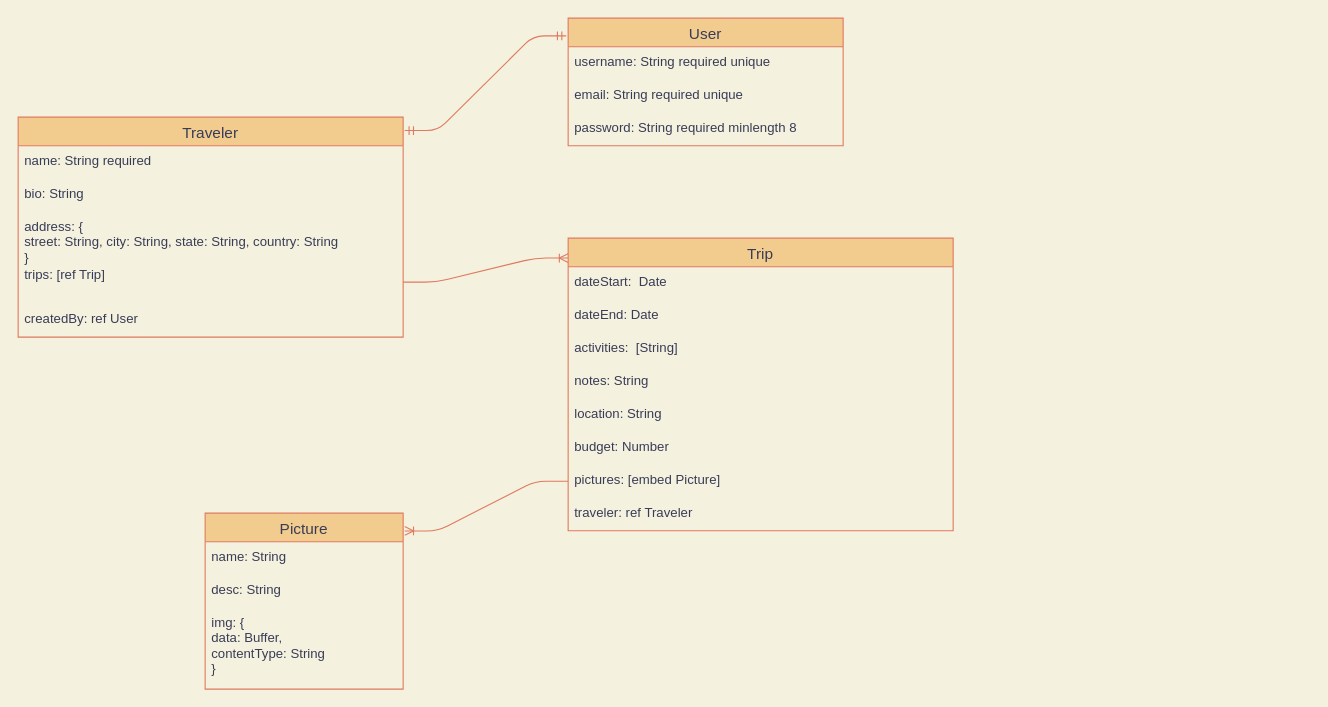
nistalb/Speakeasy-travel keeps this draw.io diagram as erd.drawio. Above is the earlier version. Source tidied: cells renumbered, new cells numbered last; positions are measured from the earlier drawing's top-left corner, leaving out a move shared by most shapes. Both pictures are drawn from the tidied source at 110%, with x=0, y=0 at pixel (18, 18).
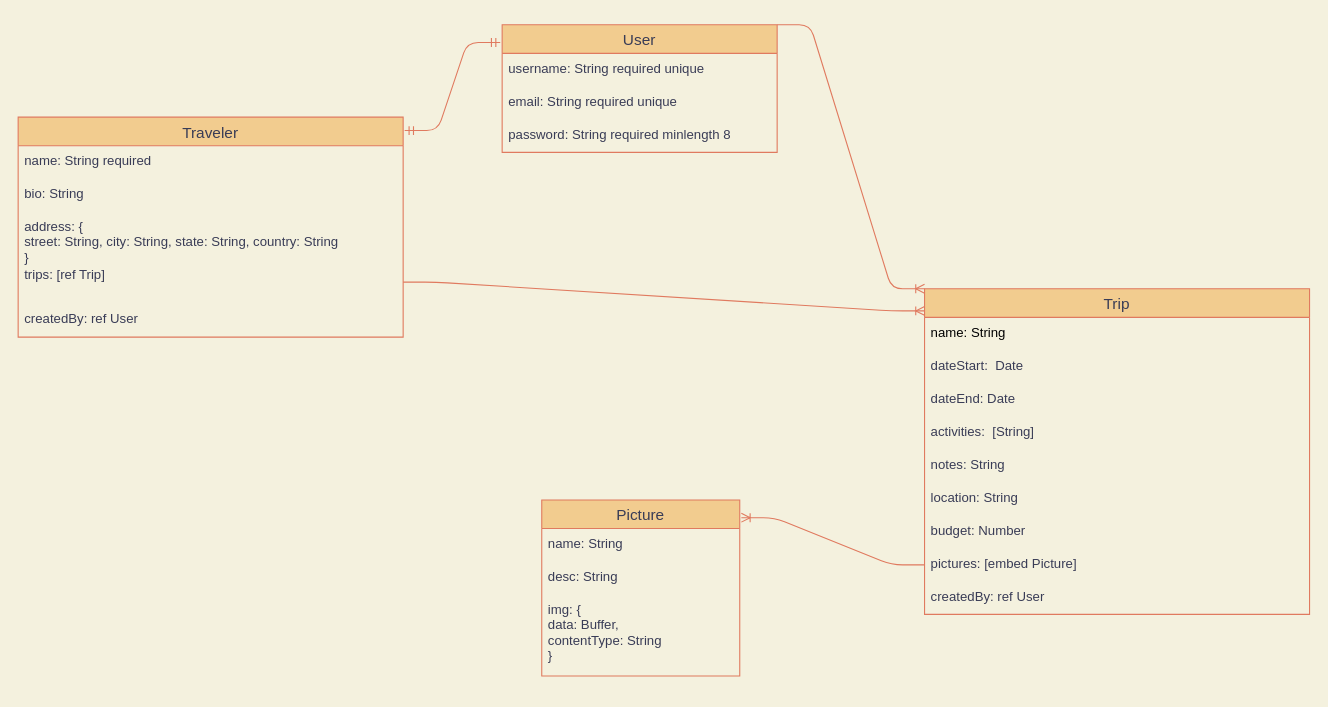
Above is the later version.

Commit message (it also covers changes not shown here):
udpaded ERD and README, and changed models/trips to reference user

The change refers to these unchanged cells:
```xml
<mxCell id="2" value="Traveler" style="swimlane;fontStyle=0;horizontal=1;startSize=26;align=center;fontSize=14;fillColor=#F2CC8F;strokeColor=#E07A5F;fontColor=#393C56;" parent="1" vertex="1">
  <mxGeometry y="90" width="350" height="200" as="geometry" />
</mxCell>
```

Change to the diagram source:
```diff
@@
     <mxCell id="8" value="Trip" style="swimlane;fontStyle=0;horizontal=1;startSize=26;align=center;fontSize=14;fillColor=#F2CC8F;strokeColor=#E07A5F;fontColor=#393C56;" parent="1" vertex="1">
-      <mxGeometry x="500" y="200" width="350" height="266" as="geometry" />
+      <mxGeometry x="824" y="246" width="350" height="296" as="geometry" />
     </mxCell>
+    <mxCell id="28" value="name: String" style="text;strokeColor=none;fillColor=none;spacingLeft=4;spacingRight=4;overflow=hidden;fontSize=12;fontColor=#000000;" parent="8" vertex="1">
+      <mxGeometry y="26" width="350" height="30" as="geometry" />
+    </mxCell>
     <mxCell id="9" value="dateStart:  Date" style="text;strokeColor=none;fillColor=none;spacingLeft=4;spacingRight=4;overflow=hidden;fontSize=12;fontColor=#393C56;" parent="8" vertex="1">
-      <mxGeometry y="26" width="350" height="30" as="geometry" />
+      <mxGeometry y="56" width="350" height="30" as="geometry" />
     </mxCell>
     <mxCell id="10" value="dateEnd: Date" style="text;strokeColor=none;fillColor=none;spacingLeft=4;spacingRight=4;overflow=hidden;fontSize=12;fontColor=#393C56;" parent="8" vertex="1">
-      <mxGeometry y="56" width="350" height="30" as="geometry" />
+      <mxGeometry y="86" width="350" height="30" as="geometry" />
     </mxCell>
     <mxCell id="11" value="activities:  [String]" style="text;strokeColor=none;fillColor=none;spacingLeft=4;spacingRight=4;overflow=hidden;fontSize=12;fontColor=#393C56;" parent="8" vertex="1">
-      <mxGeometry y="86" width="350" height="30" as="geometry" />
+      <mxGeometry y="116" width="350" height="30" as="geometry" />
     </mxCell>
     <mxCell id="12" value="notes: String" style="text;strokeColor=none;fillColor=none;spacingLeft=4;spacingRight=4;overflow=hidden;fontSize=12;fontColor=#393C56;" parent="8" vertex="1">
-      <mxGeometry y="116" width="350" height="30" as="geometry" />
+      <mxGeometry y="146" width="350" height="30" as="geometry" />
     </mxCell>
     <mxCell id="13" value="location: String" style="text;strokeColor=none;fillColor=none;spacingLeft=4;spacingRight=4;overflow=hidden;fontSize=12;fontColor=#393C56;" parent="8" vertex="1">
-      <mxGeometry y="146" width="350" height="30" as="geometry" />
+      <mxGeometry y="176" width="350" height="30" as="geometry" />
     </mxCell>
     <mxCell id="14" value="budget: Number" style="text;strokeColor=none;fillColor=none;spacingLeft=4;spacingRight=4;overflow=hidden;fontSize=12;fontColor=#393C56;" parent="8" vertex="1">
-      <mxGeometry y="176" width="350" height="30" as="geometry" />
+      <mxGeometry y="206" width="350" height="30" as="geometry" />
     </mxCell>
     <mxCell id="15" value="pictures: [embed Picture]" style="text;strokeColor=none;fillColor=none;spacingLeft=4;spacingRight=4;overflow=hidden;points=[[0,0.5],[1,0.5]];portConstraint=eastwest;fontSize=12;fontColor=#393C56;" parent="8" vertex="1">
-      <mxGeometry y="206" width="350" height="30" as="geometry" />
+      <mxGeometry y="236" width="350" height="30" as="geometry" />
     </mxCell>
-    <mxCell id="16" value="traveler: ref Traveler " style="text;strokeColor=none;fillColor=none;spacingLeft=4;spacingRight=4;overflow=hidden;fontSize=12;fontColor=#393C56;" parent="8" vertex="1">
-      <mxGeometry y="236" width="350" height="30" as="geometry" />
+    <mxCell id="16" value="createdBy: ref User " style="text;strokeColor=none;fillColor=none;spacingLeft=4;spacingRight=4;overflow=hidden;fontSize=12;fontColor=#393C56;" parent="8" vertex="1">
+      <mxGeometry y="266" width="350" height="30" as="geometry" />
     </mxCell>
@@
     <mxCell id="18" value="Picture" style="swimlane;fontStyle=0;horizontal=1;startSize=26;align=center;fontSize=14;fillColor=#F2CC8F;strokeColor=#E07A5F;fontColor=#393C56;" parent="1" vertex="1">
-      <mxGeometry x="170" y="450" width="180" height="160" as="geometry" />
+      <mxGeometry x="476" y="438" width="180" height="160" as="geometry" />
     </mxCell>
@@
     <mxCell id="23" value="User" style="swimlane;fontStyle=0;horizontal=1;startSize=26;align=center;fontSize=14;fillColor=#F2CC8F;strokeColor=#E07A5F;fontColor=#393C56;" parent="1" vertex="1">
-      <mxGeometry x="500" width="250" height="116" as="geometry" />
+      <mxGeometry x="440" y="6" width="250" height="116" as="geometry" />
     </mxCell>
@@
-    <mxCell id="27" style="edgeStyle=entityRelationEdgeStyle;fontSize=12;html=1;endArrow=ERmandOne;startArrow=ERmandOne;entryX=-0.007;entryY=0.139;entryDx=0;entryDy=0;entryPerimeter=0;exitX=1.004;exitY=0.061;exitDx=0;exitDy=0;exitPerimeter=0;strokeColor=#E07A5F;fontColor=#393C56;labelBackgroundColor=#F4F1DE;" parent="1" edge="1" source="2" target="23">
+    <mxCell id="27" style="edgeStyle=entityRelationEdgeStyle;fontSize=12;html=1;endArrow=ERmandOne;startArrow=ERmandOne;entryX=-0.007;entryY=0.139;entryDx=0;entryDy=0;entryPerimeter=0;exitX=1.004;exitY=0.061;exitDx=0;exitDy=0;exitPerimeter=0;fontColor=#393C56;labelBackgroundColor=#F4F1DE;strokeColor=#E07A5F;" parent="1" edge="1" source="2" target="23">
       <mxGeometry relative="1" as="geometry" />
     </mxCell>
+    <mxCell id="29" style="edgeStyle=entityRelationEdgeStyle;fontSize=12;html=1;endArrow=ERoneToMany;fillColor=#a20025;exitX=1;exitY=0;exitDx=0;exitDy=0;entryX=0;entryY=0;entryDx=0;entryDy=0;strokeColor=#E07A5F;" parent="1" edge="1" source="23" target="8">
+      <mxGeometry relative="1" as="geometry" />
+    </mxCell>
```
